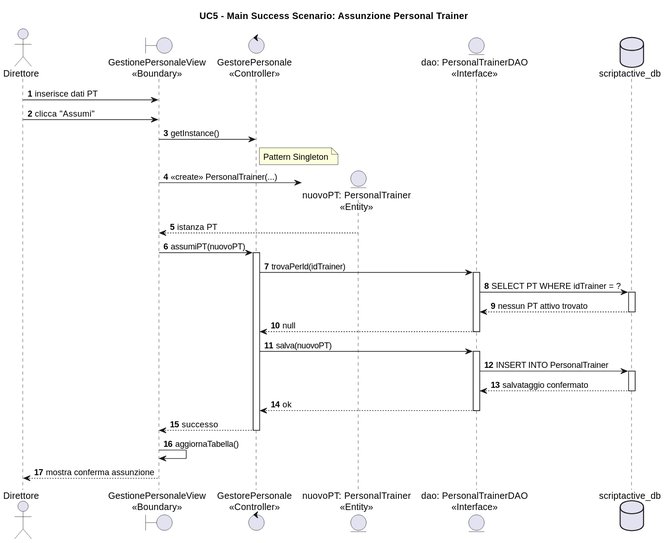
svilu999/Progetto-ScriptActive keeps this PlantUML diagram as ScriptActive/Documenti/08. Diagrammi di Sequenza/Visualizzazioni/DSequenzaUC5Main1.svg. Above is the earlier version.
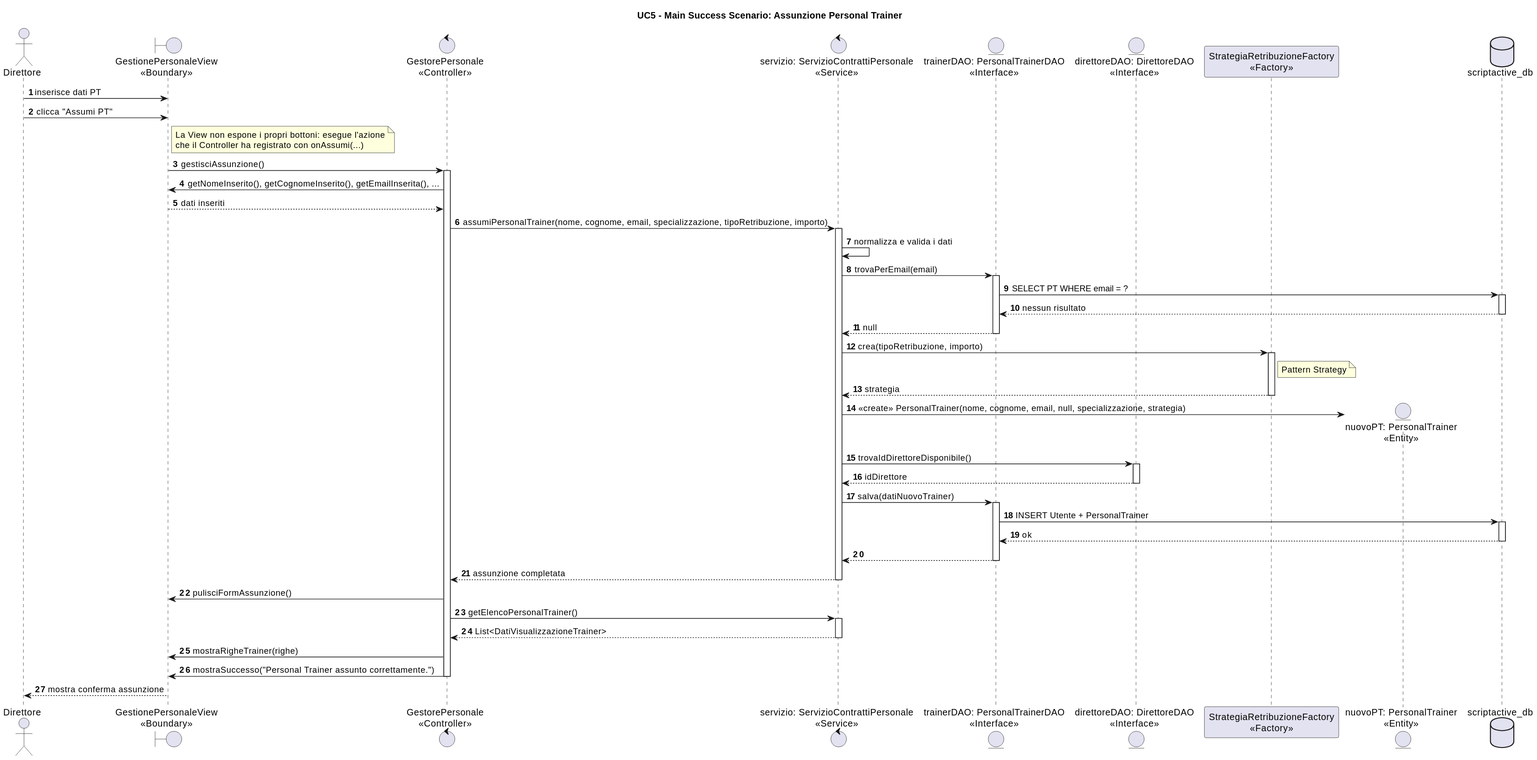
After the commit.

The edit, as a diff of the source:
```diff
@@ -6,50 +6,76 @@
 actor "Direttore" as Direttore
 boundary "GestionePersonaleView\n<<Boundary>>" as View
 control "GestorePersonale\n<<Controller>>" as Controller
+control "servizio: ServizioContrattiPersonale\n<<Service>>" as Servizio
+entity "trainerDAO: PersonalTrainerDAO\n<<Interface>>" as PTDAO
+entity "direttoreDAO: DirettoreDAO\n<<Interface>>" as DirDAO
+participant "StrategiaRetribuzioneFactory\n<<Factory>>" as Factory
 entity "nuovoPT: PersonalTrainer\n<<Entity>>" as NuovoPT
-entity "dao: PersonalTrainerDAO\n<<Interface>>" as PTDAO
 database "scriptactive_db" as DB
 
 Direttore -> View : inserisce dati PT
-Direttore -> View : clicca "Assumi"
+Direttore -> View : clicca "Assumi PT"
 
-View -> Controller : getInstance()
-note right of Controller
-Pattern Singleton
+note right of View
+La View non espone i propri bottoni: esegue l'azione
+che il Controller ha registrato con onAssumi(...)
 end note
+View -> Controller : gestisciAssunzione()
+activate Controller
+
+Controller -> View : getNomeInserito(), getCognomeInserito(), getEmailInserita(), ...
+View --> Controller : dati inseriti
+
+Controller -> Servizio : assumiPersonalTrainer(nome, cognome, email, specializzazione, tipoRetribuzione, importo)
+activate Servizio
+
+Servizio -> Servizio : normalizza e valida i dati
+
+Servizio -> PTDAO : trovaPerEmail(email)
+activate PTDAO
+PTDAO -> DB : SELECT PT WHERE email = ?
+activate DB
+DB --> PTDAO : nessun risultato
+deactivate DB
+PTDAO --> Servizio : null
+deactivate PTDAO
+
+Servizio -> Factory : crea(tipoRetribuzione, importo)
+activate Factory
+note right of Factory
+Pattern Strategy
+end note
+Factory --> Servizio : strategia
+deactivate Factory
 
 create NuovoPT
-View -> NuovoPT : <<create>> PersonalTrainer(...)
-NuovoPT --> View : istanza PT
+Servizio -> NuovoPT : <<create>> PersonalTrainer(nome, cognome, email, null, specializzazione, strategia)
 
-View -> Controller : assumiPT(nuovoPT)
-activate Controller
+Servizio -> DirDAO : trovaIdDirettoreDisponibile()
+activate DirDAO
+DirDAO --> Servizio : idDirettore
+deactivate DirDAO
 
-Controller -> PTDAO : trovaPerId(idTrainer)
+Servizio -> PTDAO : salva(datiNuovoTrainer)
 activate PTDAO
-
-PTDAO -> DB : SELECT PT WHERE idTrainer = ?
+PTDAO -> DB : INSERT Utente + PersonalTrainer
 activate DB
-DB --> PTDAO : nessun PT attivo trovato
+DB --> PTDAO : ok
 deactivate DB
-
-PTDAO --> Controller : null
+PTDAO --> Servizio
 deactivate PTDAO
 
-Controller -> PTDAO : salva(nuovoPT)
-activate PTDAO
+Servizio --> Controller : assunzione completata
+deactivate Servizio
 
-PTDAO -> DB : INSERT INTO PersonalTrainer
-activate DB
-DB --> PTDAO : salvataggio confermato
-deactivate DB
-
-PTDAO --> Controller : ok
-deactivate PTDAO
-
-Controller --> View : successo
+Controller -> View : pulisciFormAssunzione()
+Controller -> Servizio : getElencoPersonalTrainer()
+activate Servizio
+Servizio --> Controller : List<DatiVisualizzazioneTrainer>
+deactivate Servizio
+Controller -> View : mostraRigheTrainer(righe)
+Controller -> View : mostraSuccesso("Personal Trainer assunto correttamente.")
 deactivate Controller
 
-View -> View : aggiornaTabella()
 View --> Direttore : mostra conferma assunzione
 @enduml
```
